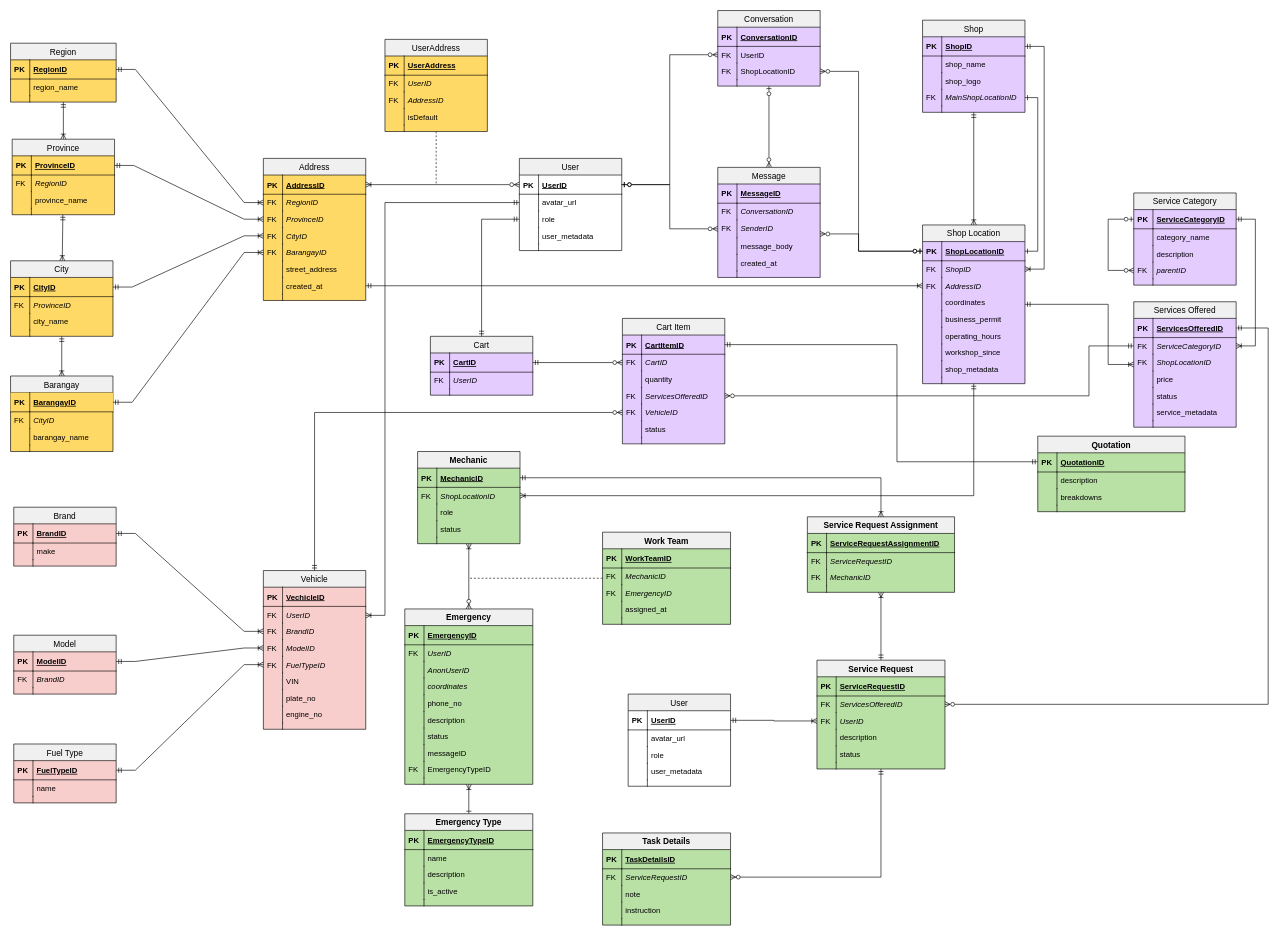
Earlier version of the draw.io diagram Final Automate ERD.drawio (PitZza04/drawIO). Source tidied: cells renumbered, new cells numbered last; positions are measured from the earlier drawing's top-left corner, leaving out a move shared by most shapes. Both pictures are drawn from the tidied source at 64%, with x=0, y=0 at pixel (10, 10).
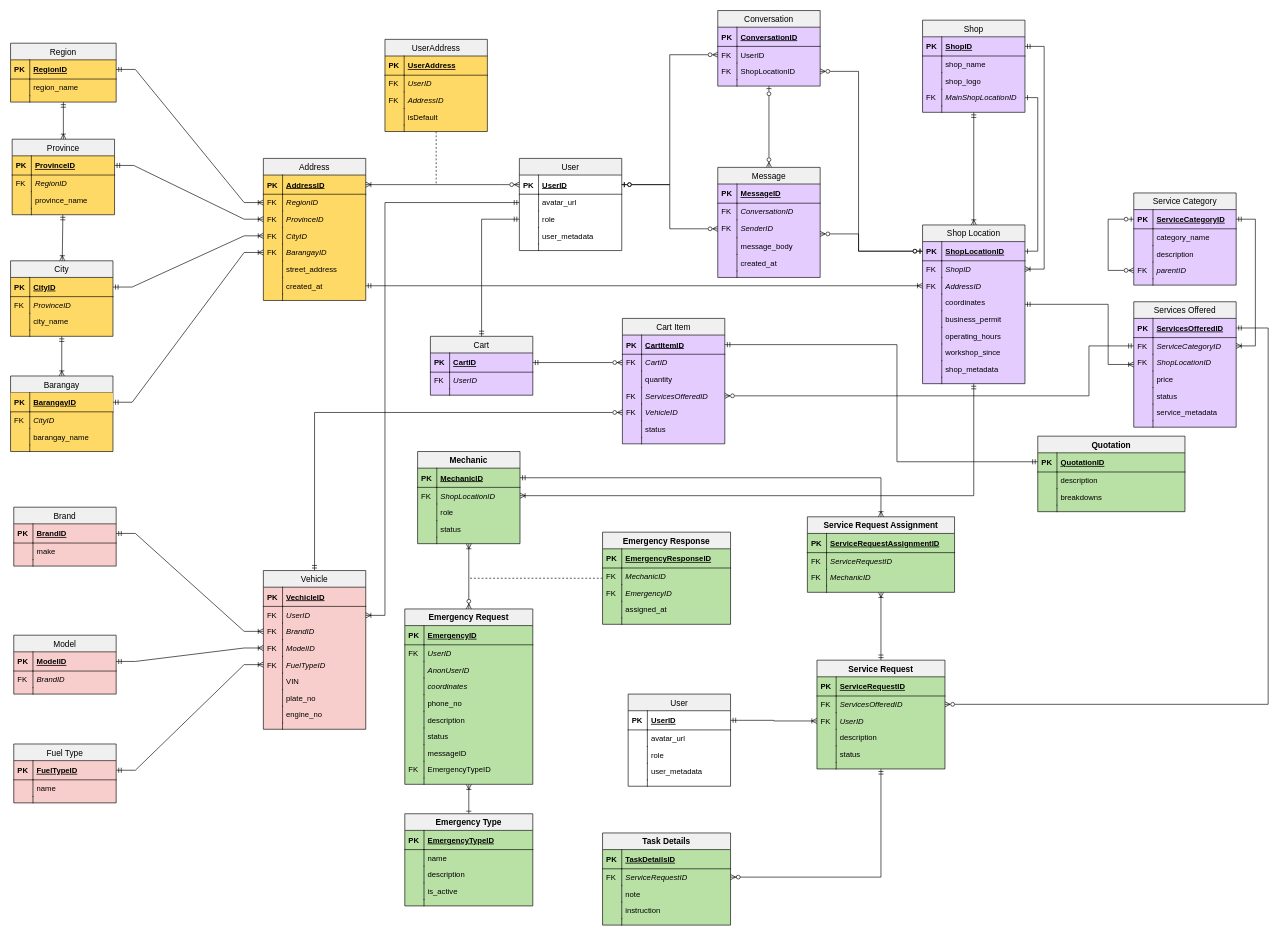
The same diagram, later.

What changed in the source:
```diff
@@
-    <mxCell id="256" value="Work Team" style="swimlane;fontStyle=1;horizontal=1;startSize=26;fillColor=#F0F0F0;swimlaneFillColor=#B9E0A5;align=center;strokeWidth=1;fontSize=13;strokeColor=#000000;rounded=0;" parent="1" vertex="1">
+    <mxCell id="256" value="Emergency Response" style="swimlane;fontStyle=1;horizontal=1;startSize=26;fillColor=#F0F0F0;swimlaneFillColor=#B9E0A5;align=center;strokeWidth=1;fontSize=13;strokeColor=#000000;rounded=0;" parent="1" vertex="1">
       <mxGeometry x="925" y="815" width="200" height="144" as="geometry" />
     </mxCell>
-    <mxCell id="257" value="WorkTeamID" style="shape=partialRectangle;top=0;left=0;right=0;bottom=1;align=left;verticalAlign=middle;fillColor=none;spacingLeft=34;spacingRight=4;overflow=hidden;fontStyle=5;rounded=0;" parent="256" vertex="1">
+    <mxCell id="257" value="EmergencyResponseID" style="shape=partialRectangle;top=0;left=0;right=0;bottom=1;align=left;verticalAlign=middle;fillColor=none;spacingLeft=34;spacingRight=4;overflow=hidden;fontStyle=5;rounded=0;" parent="256" vertex="1">
       <mxGeometry y="26" width="200" height="30" as="geometry" />
     </mxCell>
@@
-    <mxCell id="279" value="Emergency" style="swimlane;fontStyle=1;horizontal=1;startSize=26;fillColor=#F0F0F0;swimlaneFillColor=#B9E0A5;align=center;strokeWidth=1;fontSize=13;strokeColor=#000000;rounded=0;" parent="1" vertex="1">
+    <mxCell id="279" value="Emergency Request" style="swimlane;fontStyle=1;horizontal=1;startSize=26;fillColor=#F0F0F0;swimlaneFillColor=#B9E0A5;align=center;strokeWidth=1;fontSize=13;strokeColor=#000000;rounded=0;" parent="1" vertex="1">
       <mxGeometry x="616" y="935" width="200" height="274" as="geometry" />
     </mxCell>
```
